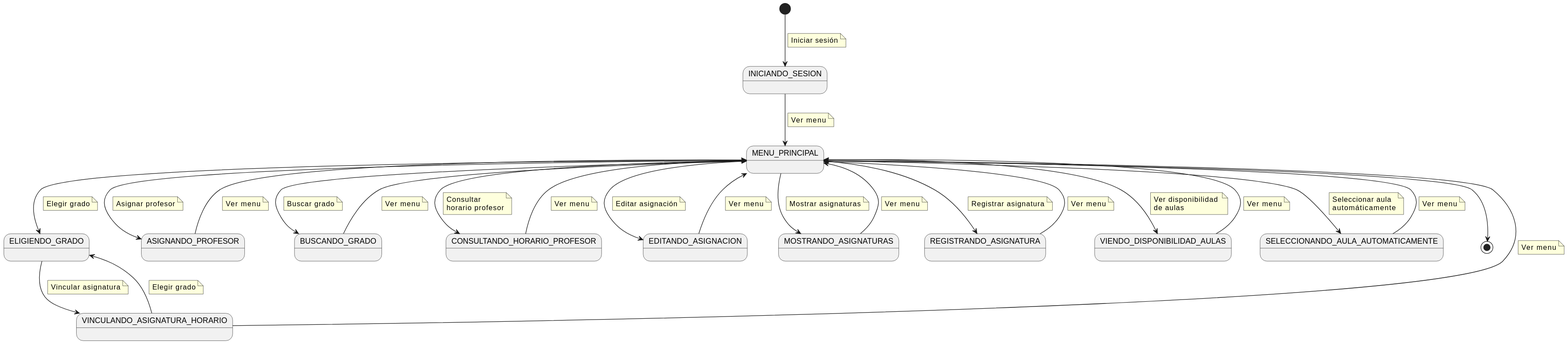
Before: casosDeUso/diagramaDeContexto/DiagramaDeContexto.svg, a diagram exported from PlantUML (mmasias/24-25-IdSw1-SDR).
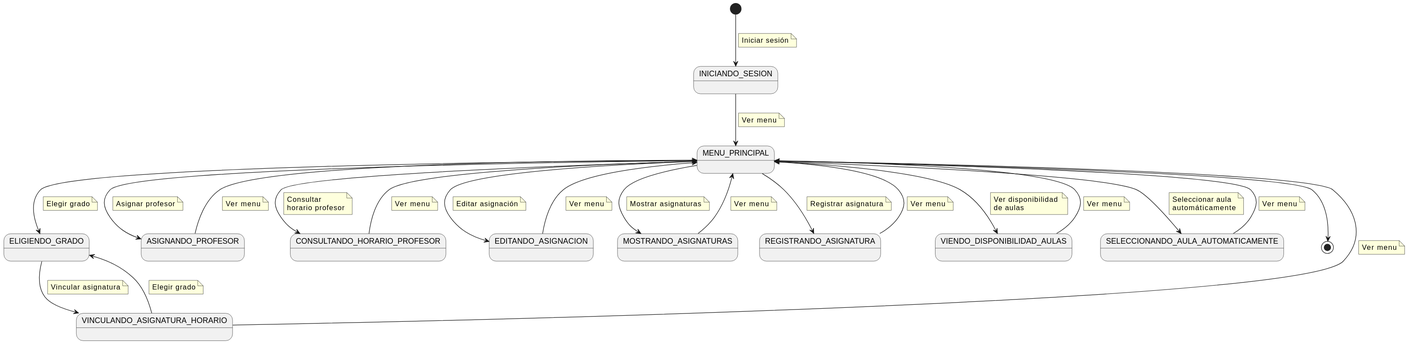
The same diagram one commit later.

Commit message:
Diagrama de contexto eliminar BUSCANDO_GRADO

What changed in the source:
```diff
@@ -28,16 +28,6 @@
         Asignar profesor
     end note
 ASIGNANDO_PROFESOR --> MENU_PRINCIPAL
-    note on link
-        Ver menu
-    end note
-
-MENU_PRINCIPAL --> BUSCANDO_GRADO
-    note on link
-        Buscar grado
-    end note
-
-BUSCANDO_GRADO --> MENU_PRINCIPAL
     note on link
         Ver menu
     end note
```
